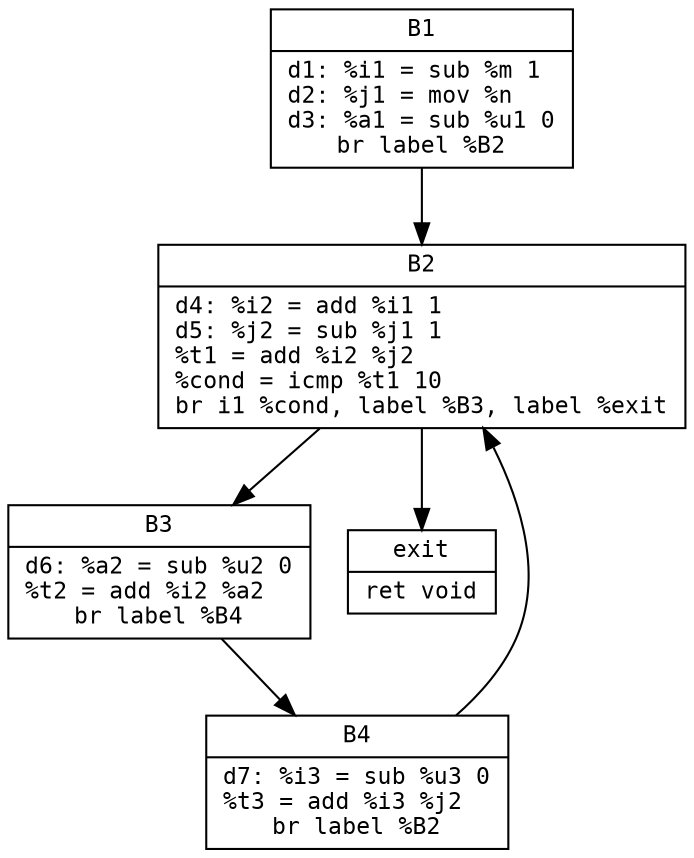
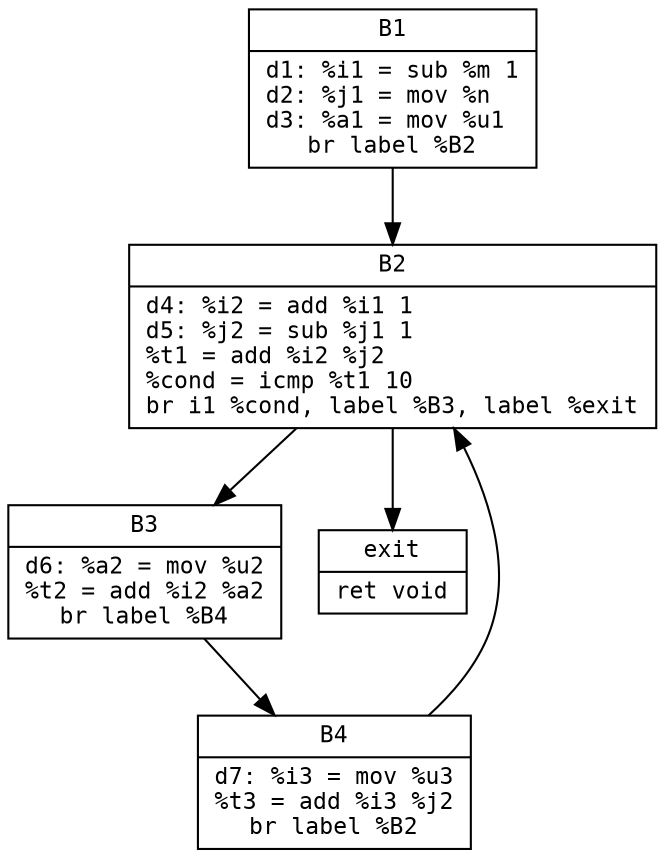
digraph CFG {
  rankdir=TD;
  node [shape=record, fontname="Consolas", fontsize=11];
  edge [fontname="Consolas", fontsize=9];

-   "B1" [label="{B1 | d1: %i1 = sub %m 1\ld2: %j1 = mov %n\ld3: %a1 = sub %u1 0\lbr label %B2}"];
+   "B1" [label="{B1 | d1: %i1 = sub %m 1\ld2: %j1 = mov %n\ld3: %a1 = mov %u1\lbr label %B2}"];
  "B2" [label="{B2 | d4: %i2 = add %i1 1\ld5: %j2 = sub %j1 1\l%t1 = add %i2 %j2\l%cond = icmp %t1 10\lbr i1 %cond, label %B3, label %exit}"];
-   "B3" [label="{B3 | d6: %a2 = sub %u2 0\l%t2 = add %i2 %a2\lbr label %B4}"];
-   "B4" [label="{B4 | d7: %i3 = sub %u3 0\l%t3 = add %i3 %j2\lbr label %B2}"];
+   "B3" [label="{B3 | d6: %a2 = mov %u2\l%t2 = add %i2 %a2\lbr label %B4}"];
+   "B4" [label="{B4 | d7: %i3 = mov %u3\l%t3 = add %i3 %j2\lbr label %B2}"];
  "exit" [label="{exit | ret void\l}"];

  "B1" -> "B2";
  "B2" -> "B3";
  "B2" -> "exit";
  "B3" -> "B4";
  "B4" -> "B2";
}
